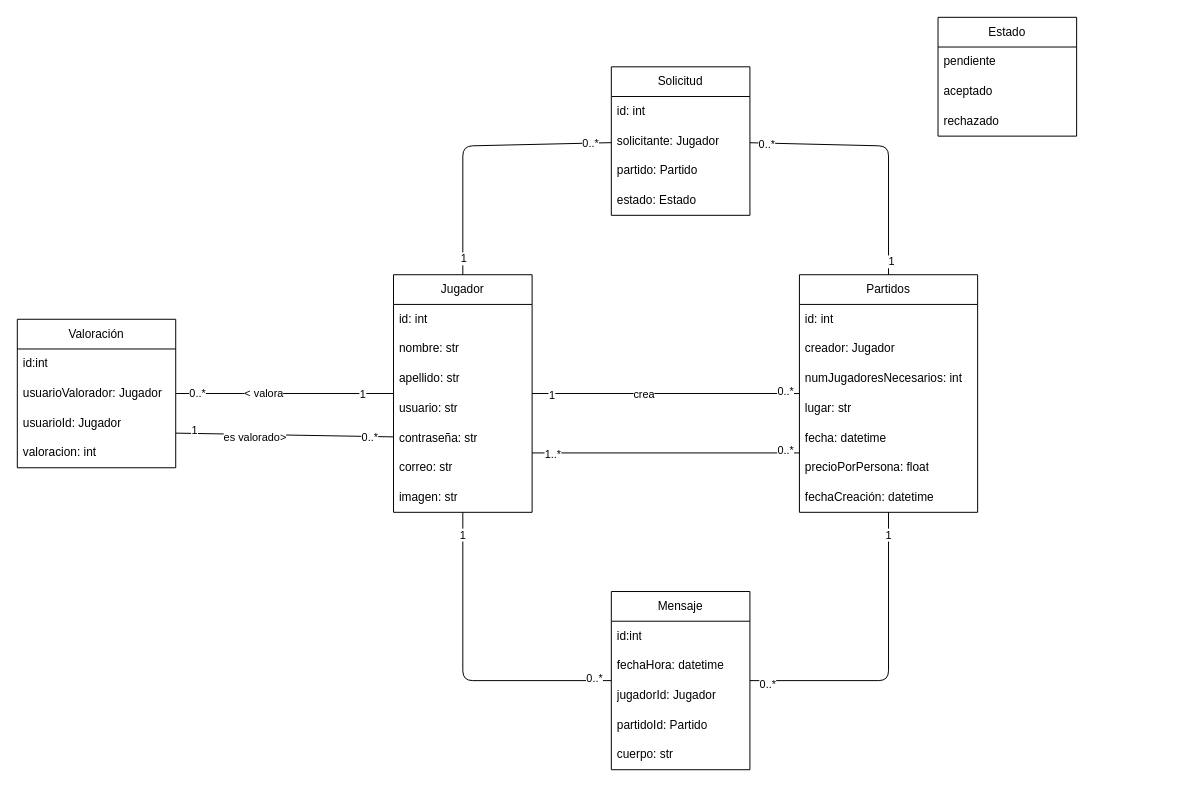
Above: src/main/resources/diagram/ispp.drawio in VolleyMate/volleymate (draw.io), before the change. Source tidied: cells renumbered, new cells numbered last; positions are measured from the earlier drawing's top-left corner, leaving out a move shared by most shapes. Both pictures are drawn from the tidied source at 99%, with x=0, y=0 at pixel (17, 17).
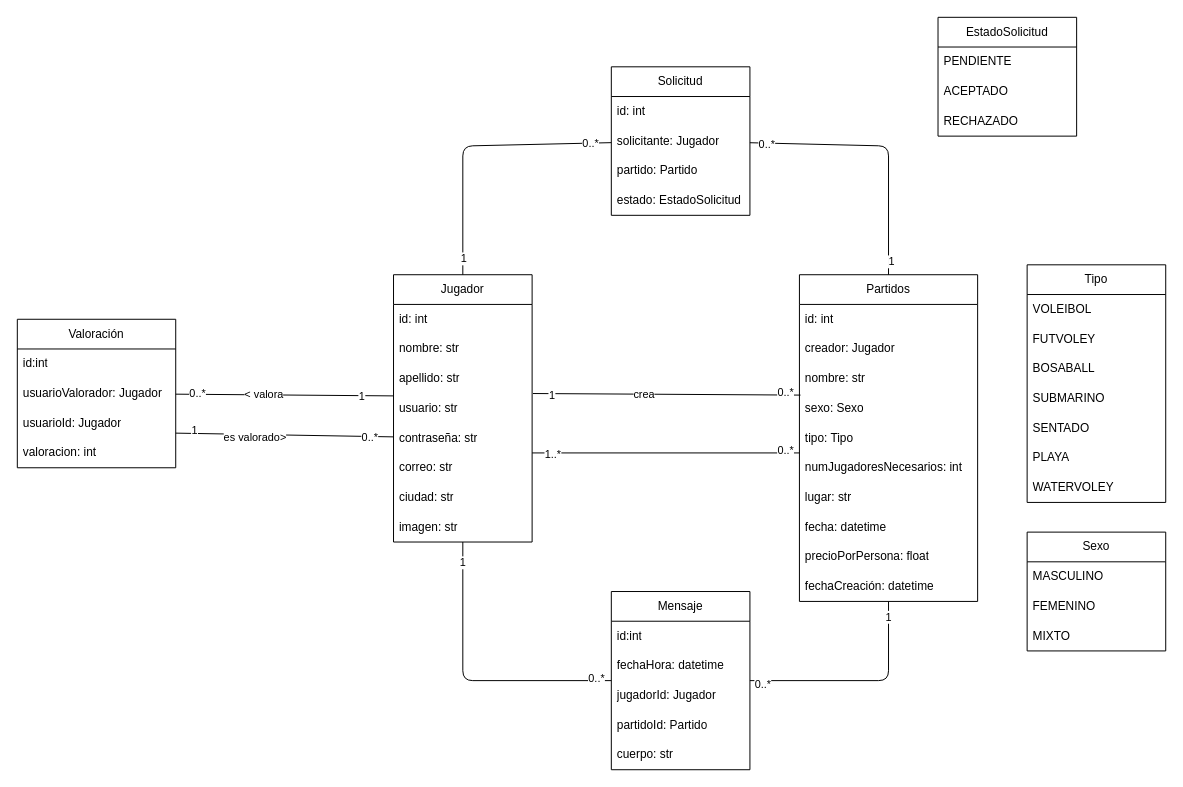
The same diagram, later.

Commit message:
doc #71: Modelo de datos actualizado

Unchanged cells that the change refers to:
```xml
<mxCell id="6" value="usuario: str" style="text;strokeColor=none;fillColor=none;align=left;verticalAlign=middle;spacingLeft=4;spacingRight=4;overflow=hidden;points=[[0,0.5],[1,0.5]];portConstraint=eastwest;whiteSpace=wrap;html=1;" parent="2" vertex="1">
  <mxGeometry y="120" width="140" height="30" as="geometry" />
</mxCell>
<mxCell id="22" value="Solicitud" style="swimlane;fontStyle=0;horizontal=1;startSize=30;whiteSpace=wrap;html=1;" parent="1" vertex="1">
  <mxGeometry x="600" y="50" width="140" height="150" as="geometry" />
</mxCell>
<mxCell id="54" value="usuarioValorador: Jugador" style="text;strokeColor=none;fillColor=none;align=left;verticalAlign=middle;spacingLeft=4;spacingRight=4;overflow=hidden;points=[[0,0.5],[1,0.5]];portConstraint=eastwest;whiteSpace=wrap;html=1;" parent="52" vertex="1">
  <mxGeometry y="60" width="160" height="30" as="geometry" />
</mxCell>
```

Change to the diagram source:
```diff
@@
     <mxCell id="2" value="Jugador" style="swimlane;fontStyle=0;horizontal=1;startSize=30;whiteSpace=wrap;html=1;" parent="1" vertex="1">
-      <mxGeometry x="380" y="260" width="140" height="240" as="geometry" />
+      <mxGeometry x="380" y="260" width="140" height="270" as="geometry" />
     </mxCell>
@@
+    <mxCell id="65" value="ciudad: str" style="text;strokeColor=none;fillColor=none;align=left;verticalAlign=middle;spacingLeft=4;spacingRight=4;overflow=hidden;whiteSpace=wrap;html=1;" parent="2" vertex="1">
+      <mxGeometry y="210" width="140" height="30" as="geometry" />
+    </mxCell>
     <mxCell id="9" value="imagen: str" style="text;strokeColor=none;fillColor=none;align=left;verticalAlign=middle;spacingLeft=4;spacingRight=4;overflow=hidden;whiteSpace=wrap;html=1;" parent="2" vertex="1">
-      <mxGeometry y="210" width="140" height="30" as="geometry" />
+      <mxGeometry y="240" width="140" height="30" as="geometry" />
     </mxCell>
     <mxCell id="10" value="Partidos" style="swimlane;fontStyle=0;horizontal=1;startSize=30;whiteSpace=wrap;html=1;" parent="1" vertex="1">
-      <mxGeometry x="790" y="260" width="180" height="240" as="geometry" />
+      <mxGeometry x="790" y="260" width="180" height="330" as="geometry" />
     </mxCell>
@@
+    <mxCell id="66" value="nombre: str" style="text;strokeColor=none;fillColor=none;align=left;verticalAlign=middle;spacingLeft=4;spacingRight=4;overflow=hidden;whiteSpace=wrap;html=1;" parent="10" vertex="1">
+      <mxGeometry y="90" width="180" height="30" as="geometry" />
+    </mxCell>
-    <mxCell id="13" value="numJugadoresNecesarios: int" style="text;strokeColor=none;fillColor=none;align=left;verticalAlign=middle;spacingLeft=4;spacingRight=4;overflow=hidden;points=[[0,0.5],[1,0.5]];portConstraint=eastwest;whiteSpace=wrap;html=1;" parent="10" vertex="1">
-      <mxGeometry y="90" width="180" height="30" as="geometry" />
+    <mxCell id="13" value="sexo: Sexo" style="text;strokeColor=none;fillColor=none;align=left;verticalAlign=middle;spacingLeft=4;spacingRight=4;overflow=hidden;points=[[0,0.5],[1,0.5]];portConstraint=eastwest;whiteSpace=wrap;html=1;" parent="10" vertex="1">
+      <mxGeometry y="120" width="180" height="30" as="geometry" />
     </mxCell>
+    <mxCell id="67" value="tipo: Tipo" style="text;strokeColor=none;fillColor=none;align=left;verticalAlign=middle;spacingLeft=4;spacingRight=4;overflow=hidden;whiteSpace=wrap;html=1;" parent="10" vertex="1">
+      <mxGeometry y="150" width="180" height="30" as="geometry" />
+    </mxCell>
+    <mxCell id="68" value="numJugadoresNecesarios: int" style="text;strokeColor=none;fillColor=none;align=left;verticalAlign=middle;spacingLeft=4;spacingRight=4;overflow=hidden;whiteSpace=wrap;html=1;" parent="10" vertex="1">
+      <mxGeometry y="180" width="180" height="30" as="geometry" />
+    </mxCell>
     <mxCell id="14" value="lugar: str" style="text;strokeColor=none;fillColor=none;align=left;verticalAlign=middle;spacingLeft=4;spacingRight=4;overflow=hidden;whiteSpace=wrap;html=1;" parent="10" vertex="1">
-      <mxGeometry y="120" width="180" height="30" as="geometry" />
+      <mxGeometry y="210" width="180" height="30" as="geometry" />
     </mxCell>
     <mxCell id="15" value="fecha: datetime" style="text;strokeColor=none;fillColor=none;align=left;verticalAlign=middle;spacingLeft=4;spacingRight=4;overflow=hidden;whiteSpace=wrap;html=1;" parent="10" vertex="1">
-      <mxGeometry y="150" width="180" height="30" as="geometry" />
+      <mxGeometry y="240" width="180" height="30" as="geometry" />
     </mxCell>
     <mxCell id="16" value="precioPorPersona: float" style="text;strokeColor=none;fillColor=none;align=left;verticalAlign=middle;spacingLeft=4;spacingRight=4;overflow=hidden;whiteSpace=wrap;html=1;" parent="10" vertex="1">
-      <mxGeometry y="180" width="180" height="30" as="geometry" />
+      <mxGeometry y="270" width="180" height="30" as="geometry" />
     </mxCell>
     <mxCell id="17" value="fechaCreación: datetime" style="text;strokeColor=none;fillColor=none;align=left;verticalAlign=middle;spacingLeft=4;spacingRight=4;overflow=hidden;whiteSpace=wrap;html=1;" parent="10" vertex="1">
-      <mxGeometry y="210" width="180" height="30" as="geometry" />
+      <mxGeometry y="300" width="180" height="30" as="geometry" />
     </mxCell>
-    <mxCell id="18" style="endArrow=none;html=1;" parent="1" edge="1" source="2" target="10">
+    <mxCell id="18" style="endArrow=none;html=1;entryX=0.006;entryY=0.053;entryDx=0;entryDy=0;entryPerimeter=0;exitX=1.006;exitY=0;exitDx=0;exitDy=0;exitPerimeter=0;" parent="1" edge="1" source="6" target="13">
       <mxGeometry relative="1" as="geometry" />
     </mxCell>
@@
-    <mxCell id="26" value="estado: Estado" style="text;strokeColor=none;fillColor=none;align=left;verticalAlign=middle;spacingLeft=4;spacingRight=4;overflow=hidden;whiteSpace=wrap;html=1;" parent="22" vertex="1">
+    <mxCell id="26" value="estado: EstadoSolicitud" style="text;strokeColor=none;fillColor=none;align=left;verticalAlign=middle;spacingLeft=4;spacingRight=4;overflow=hidden;whiteSpace=wrap;html=1;" parent="22" vertex="1">
       <mxGeometry y="120" width="140" height="30" as="geometry" />
     </mxCell>
@@
-    <mxCell id="33" value="Estado" style="swimlane;fontStyle=0;horizontal=1;startSize=30;whiteSpace=wrap;html=1;" parent="1" vertex="1">
+    <mxCell id="33" value="EstadoSolicitud" style="swimlane;fontStyle=0;horizontal=1;startSize=30;whiteSpace=wrap;html=1;" parent="1" vertex="1">
       <mxGeometry x="930" width="140" height="120" as="geometry" />
     </mxCell>
-    <mxCell id="34" value="pendiente" style="text;strokeColor=none;fillColor=none;align=left;verticalAlign=middle;spacingLeft=4;spacingRight=4;overflow=hidden;whiteSpace=wrap;html=1;" parent="33" vertex="1">
+    <mxCell id="34" value="PENDIENTE" style="text;strokeColor=none;fillColor=none;align=left;verticalAlign=middle;spacingLeft=4;spacingRight=4;overflow=hidden;whiteSpace=wrap;html=1;" parent="33" vertex="1">
       <mxGeometry y="30" width="140" height="30" as="geometry" />
     </mxCell>
-    <mxCell id="35" value="aceptado" style="text;strokeColor=none;fillColor=none;align=left;verticalAlign=middle;spacingLeft=4;spacingRight=4;overflow=hidden;whiteSpace=wrap;html=1;" parent="33" vertex="1">
+    <mxCell id="35" value="ACEPTADO" style="text;strokeColor=none;fillColor=none;align=left;verticalAlign=middle;spacingLeft=4;spacingRight=4;overflow=hidden;whiteSpace=wrap;html=1;" parent="33" vertex="1">
       <mxGeometry y="60" width="140" height="30" as="geometry" />
     </mxCell>
-    <mxCell id="36" value="rechazado" style="text;strokeColor=none;fillColor=none;align=left;verticalAlign=middle;spacingLeft=4;spacingRight=4;overflow=hidden;whiteSpace=wrap;html=1;" parent="33" vertex="1">
+    <mxCell id="36" value="RECHAZADO" style="text;strokeColor=none;fillColor=none;align=left;verticalAlign=middle;spacingLeft=4;spacingRight=4;overflow=hidden;whiteSpace=wrap;html=1;" parent="33" vertex="1">
       <mxGeometry y="90" width="140" height="30" as="geometry" />
     </mxCell>
@@
-    <mxCell id="57" style="endArrow=none;html=1;" parent="1" edge="1" source="54" target="2">
+    <mxCell id="57" style="endArrow=none;html=1;entryX=0;entryY=0.08;entryDx=0;entryDy=0;entryPerimeter=0;" parent="1" edge="1" source="54" target="6">
       <mxGeometry relative="1" as="geometry" />
     </mxCell>
@@
+    <mxCell id="69" value="Tipo" style="swimlane;fontStyle=0;horizontal=1;startSize=30;whiteSpace=wrap;html=1;" parent="1" vertex="1">
+      <mxGeometry x="1020" y="250" width="140" height="240" as="geometry" />
+    </mxCell>
+    <mxCell id="70" value="VOLEIBOL" style="text;strokeColor=none;fillColor=none;align=left;verticalAlign=middle;spacingLeft=4;spacingRight=4;overflow=hidden;whiteSpace=wrap;html=1;" parent="69" vertex="1">
+      <mxGeometry y="30" width="140" height="30" as="geometry" />
+    </mxCell>
+    <mxCell id="71" value="FUTVOLEY" style="text;strokeColor=none;fillColor=none;align=left;verticalAlign=middle;spacingLeft=4;spacingRight=4;overflow=hidden;whiteSpace=wrap;html=1;" parent="69" vertex="1">
+      <mxGeometry y="60" width="140" height="30" as="geometry" />
+    </mxCell>
+    <mxCell id="72" value="BOSABALL" style="text;strokeColor=none;fillColor=none;align=left;verticalAlign=middle;spacingLeft=4;spacingRight=4;overflow=hidden;whiteSpace=wrap;html=1;" parent="69" vertex="1">
+      <mxGeometry y="90" width="140" height="30" as="geometry" />
+    </mxCell>
+    <mxCell id="73" value="SUBMARINO" style="text;strokeColor=none;fillColor=none;align=left;verticalAlign=middle;spacingLeft=4;spacingRight=4;overflow=hidden;whiteSpace=wrap;html=1;" parent="69" vertex="1">
+      <mxGeometry y="120" width="140" height="30" as="geometry" />
+    </mxCell>
+    <mxCell id="74" value="SENTADO" style="text;strokeColor=none;fillColor=none;align=left;verticalAlign=middle;spacingLeft=4;spacingRight=4;overflow=hidden;whiteSpace=wrap;html=1;" parent="69" vertex="1">
+      <mxGeometry y="150" width="140" height="30" as="geometry" />
+    </mxCell>
+    <mxCell id="75" value="PLAYA" style="text;strokeColor=none;fillColor=none;align=left;verticalAlign=middle;spacingLeft=4;spacingRight=4;overflow=hidden;whiteSpace=wrap;html=1;" parent="69" vertex="1">
+      <mxGeometry y="180" width="140" height="30" as="geometry" />
+    </mxCell>
+    <mxCell id="76" value="WATERVOLEY" style="text;strokeColor=none;fillColor=none;align=left;verticalAlign=middle;spacingLeft=4;spacingRight=4;overflow=hidden;whiteSpace=wrap;html=1;" parent="69" vertex="1">
+      <mxGeometry y="210" width="140" height="30" as="geometry" />
+    </mxCell>
+    <mxCell id="77" value="Sexo" style="swimlane;fontStyle=0;horizontal=1;startSize=30;whiteSpace=wrap;html=1;" parent="1" vertex="1">
+      <mxGeometry x="1020" y="520" width="140" height="120" as="geometry" />
+    </mxCell>
+    <mxCell id="78" value="MASCULINO" style="text;strokeColor=none;fillColor=none;align=left;verticalAlign=middle;spacingLeft=4;spacingRight=4;overflow=hidden;whiteSpace=wrap;html=1;" parent="77" vertex="1">
+      <mxGeometry y="30" width="140" height="30" as="geometry" />
+    </mxCell>
+    <mxCell id="79" value="FEMENINO" style="text;strokeColor=none;fillColor=none;align=left;verticalAlign=middle;spacingLeft=4;spacingRight=4;overflow=hidden;whiteSpace=wrap;html=1;" parent="77" vertex="1">
+      <mxGeometry y="60" width="140" height="30" as="geometry" />
+    </mxCell>
+    <mxCell id="80" value="MIXTO" style="text;strokeColor=none;fillColor=none;align=left;verticalAlign=middle;spacingLeft=4;spacingRight=4;overflow=hidden;whiteSpace=wrap;html=1;" parent="77" vertex="1">
+      <mxGeometry y="90" width="140" height="30" as="geometry" />
+    </mxCell>
```
